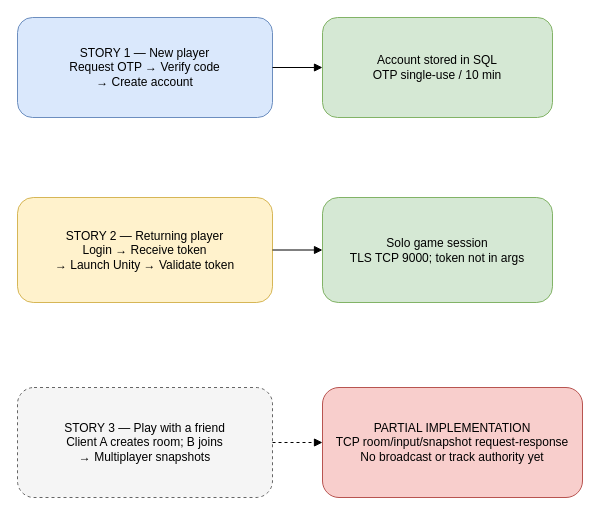
Before: docs/diagrams/user-stories.drawio in thanhnhi8769-ctrl/DanToPhong, a draw.io diagram. Source tidied: cells renumbered, new cells numbered last; positions are measured from the earlier drawing's top-left corner, leaving out a move shared by most shapes. Both pictures are drawn from the tidied source at 100%, with x=0, y=0 at pixel (17, 17).
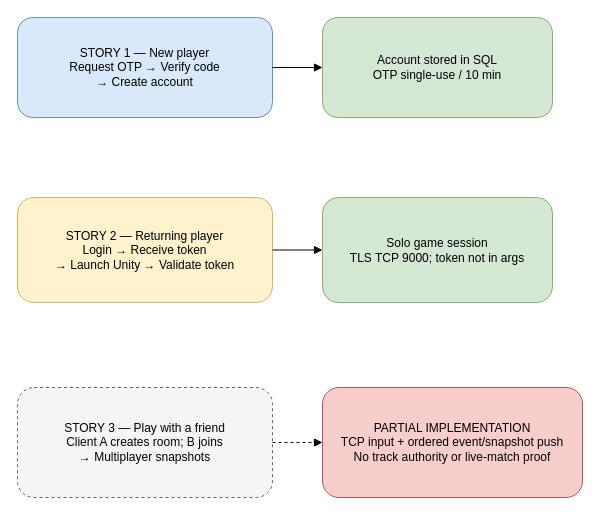
The same diagram, later.

Diff of the diagram source:
```diff
@@
 <mxGraphModel>
   <root>
     <mxCell id="0" />
     <mxCell id="1" parent="0" />
     <mxCell id="2" value="STORY 1 — New player&#10;Request OTP → Verify code&#10;→ Create account" style="rounded=1;whiteSpace=wrap;html=1;fillColor=#dae8fc;strokeColor=#6c8ebf;" parent="1" vertex="1">
       <mxGeometry width="255" height="100" as="geometry" />
     </mxCell>
     <mxCell id="3" value="Account stored in SQL&#10;OTP single-use / 10 min" style="rounded=1;whiteSpace=wrap;html=1;fillColor=#d5e8d4;strokeColor=#82b366;" parent="1" vertex="1">
       <mxGeometry x="305" width="230" height="100" as="geometry" />
     </mxCell>
     <mxCell id="4" value="STORY 2 — Returning player&#10;Login → Receive token&#10;→ Launch Unity → Validate token" style="rounded=1;whiteSpace=wrap;html=1;fillColor=#fff2cc;strokeColor=#d6b656;" parent="1" vertex="1">
       <mxGeometry y="180" width="255" height="105" as="geometry" />
     </mxCell>
     <mxCell id="5" value="Solo game session&#10;TLS TCP 9000; token not in args" style="rounded=1;whiteSpace=wrap;html=1;fillColor=#d5e8d4;strokeColor=#82b366;" parent="1" vertex="1">
       <mxGeometry x="305" y="180" width="230" height="105" as="geometry" />
     </mxCell>
     <mxCell id="6" value="STORY 3 — Play with a friend&#10;Client A creates room; B joins&#10;→ Multiplayer snapshots" style="rounded=1;whiteSpace=wrap;html=1;dashed=1;fillColor=#f5f5f5;strokeColor=#666666;" parent="1" vertex="1">
       <mxGeometry y="370" width="255" height="110" as="geometry" />
     </mxCell>
-    <mxCell id="7" value="PARTIAL IMPLEMENTATION&#10;TCP room/input/snapshot request-response&#10;No broadcast or track authority yet" style="rounded=1;whiteSpace=wrap;html=1;fillColor=#f8cecc;strokeColor=#b85450;" parent="1" vertex="1">
+    <mxCell id="7" value="PARTIAL IMPLEMENTATION&#10;TCP input + ordered event/snapshot push&#10;No track authority or live-match proof" style="rounded=1;whiteSpace=wrap;html=1;fillColor=#f8cecc;strokeColor=#b85450;" parent="1" vertex="1">
       <mxGeometry x="305" y="370" width="260" height="110" as="geometry" />
     </mxCell>
     <mxCell id="8" style="endArrow=block;html=1;" parent="1" edge="1" source="2" target="3">
       <mxGeometry relative="1" as="geometry" />
     </mxCell>
     <mxCell id="9" style="endArrow=block;html=1;" parent="1" edge="1" source="4" target="5">
       <mxGeometry relative="1" as="geometry" />
     </mxCell>
     <mxCell id="10" style="endArrow=block;html=1;dashed=1;" parent="1" edge="1" source="6" target="7">
       <mxGeometry relative="1" as="geometry" />
     </mxCell>
   </root>
 </mxGraphModel>
```
